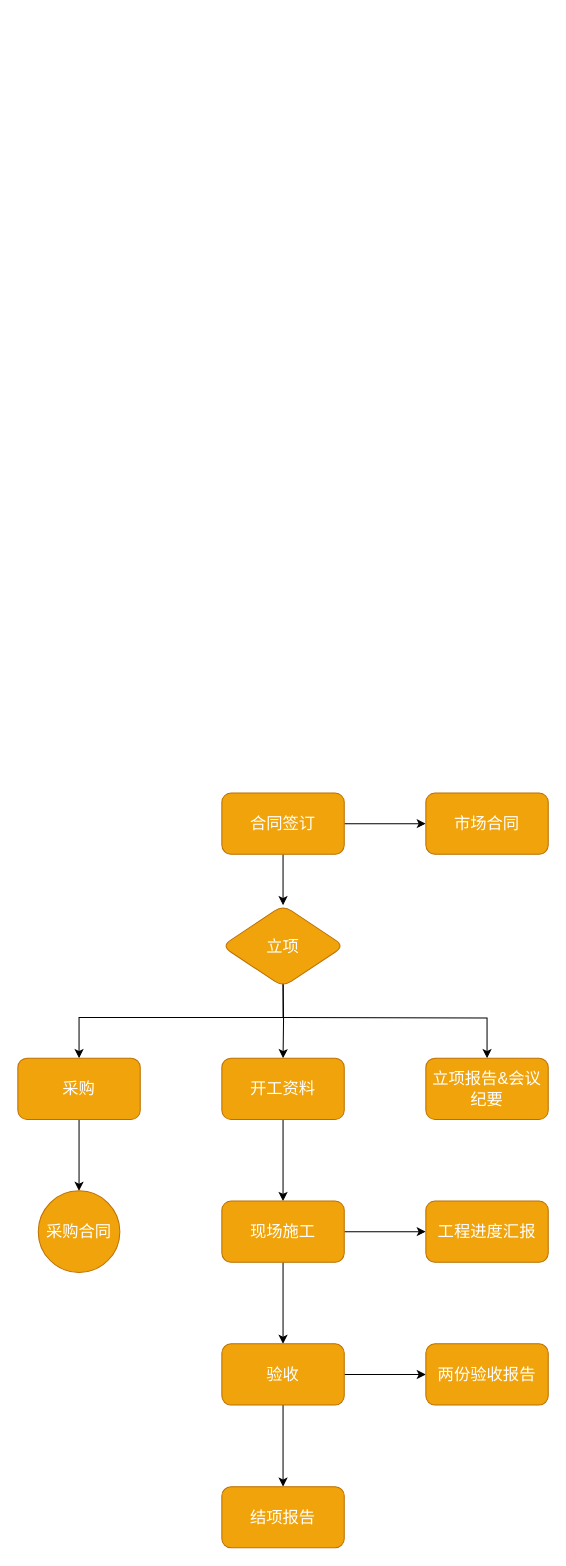
Above: all/未命名绘图.drawio in showfaker/iodraw-files (draw.io), before the change. Source tidied: cells renumbered, new cells numbered last; positions are measured from the earlier drawing's top-left corner, leaving out a move shared by most shapes. Both pictures are drawn from the tidied source at 102%, with x=0, y=0 at pixel (17, 793).
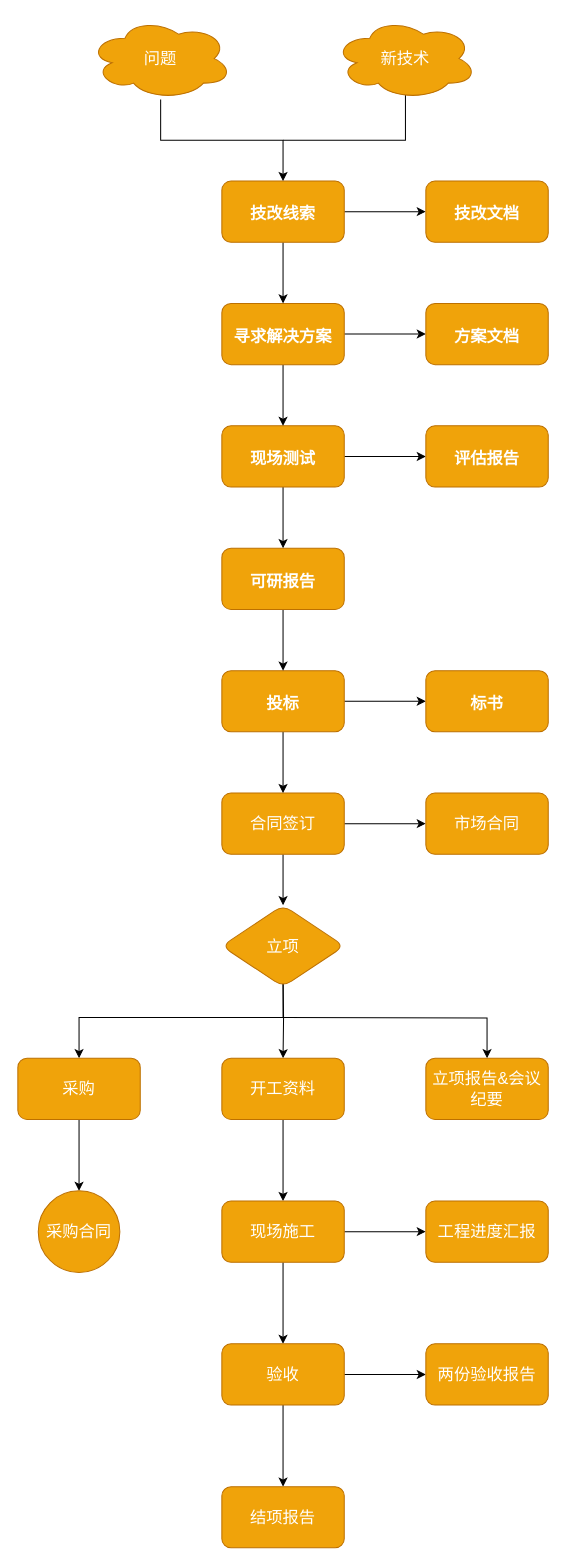
The same diagram, later.

Commit message:
技改流程图.drawio

The change refers to these unchanged cells:
```xml
<mxCell id="4" value="&lt;font style=&quot;font-size: 16px;&quot; color=&quot;#ffffff&quot;&gt;合同签订&lt;/font&gt;" style="rounded=1;whiteSpace=wrap;html=1;fillColor=#f0a30a;strokeColor=#BD7000;fontColor=#000000;" parent="1" vertex="1">
  <mxGeometry x="200" width="120" height="60" as="geometry" />
</mxCell>
```

Diff of the diagram source:
```diff
@@
+    <mxCell id="25" style="edgeStyle=orthogonalEdgeStyle;rounded=0;jettySize=auto;html=1;" parent="1" edge="1" source="27" target="4">
+      <mxGeometry relative="1" as="geometry" />
+    </mxCell>
+    <mxCell id="26" style="edgeStyle=orthogonalEdgeStyle;rounded=0;jettySize=auto;html=1;" parent="1" edge="1" source="27" target="33">
+      <mxGeometry relative="1" as="geometry" />
+    </mxCell>
+    <mxCell id="27" value="&lt;h1 style=&quot;color: rgb(255, 255, 255);&quot;&gt;&lt;font style=&quot;font-size: 16px;&quot;&gt;投标&lt;/font&gt;&lt;/h1&gt;" style="rounded=1;whiteSpace=wrap;html=1;fillColor=#f0a30a;strokeColor=#BD7000;fontColor=#000000;" parent="1" vertex="1">
+      <mxGeometry x="200" y="-120" width="120" height="60" as="geometry" />
+    </mxCell>
+    <mxCell id="28" style="edgeStyle=orthogonalEdgeStyle;rounded=0;jettySize=auto;html=1;" parent="1" edge="1" source="29" target="27">
+      <mxGeometry relative="1" as="geometry" />
+    </mxCell>
+    <mxCell id="29" value="&lt;h1 style=&quot;color: rgb(255, 255, 255);&quot;&gt;&lt;font style=&quot;font-size: 16px;&quot;&gt;可研报告&lt;/font&gt;&lt;/h1&gt;" style="rounded=1;whiteSpace=wrap;html=1;fillColor=#f0a30a;strokeColor=#BD7000;fontColor=#000000;" parent="1" vertex="1">
+      <mxGeometry x="200" y="-240" width="120" height="60" as="geometry" />
+    </mxCell>
+    <mxCell id="30" style="edgeStyle=orthogonalEdgeStyle;rounded=0;jettySize=auto;html=1;" parent="1" edge="1" source="32" target="29">
+      <mxGeometry relative="1" as="geometry" />
+    </mxCell>
+    <mxCell id="31" style="edgeStyle=orthogonalEdgeStyle;rounded=0;jettySize=auto;html=1;" parent="1" edge="1" source="32" target="34">
+      <mxGeometry relative="1" as="geometry" />
+    </mxCell>
+    <mxCell id="32" value="&lt;h1 style=&quot;color: rgb(255, 255, 255);&quot;&gt;&lt;span style=&quot;font-size: 16px;&quot;&gt;现场测试&lt;/span&gt;&lt;/h1&gt;" style="rounded=1;whiteSpace=wrap;html=1;fillColor=#f0a30a;strokeColor=#BD7000;fontColor=#000000;" parent="1" vertex="1">
+      <mxGeometry x="200" y="-360" width="120" height="60" as="geometry" />
+    </mxCell>
+    <mxCell id="33" value="&lt;h1 style=&quot;color: rgb(255, 255, 255);&quot;&gt;&lt;font style=&quot;font-size: 16px;&quot;&gt;标书&lt;/font&gt;&lt;/h1&gt;" style="rounded=1;whiteSpace=wrap;html=1;fillColor=#f0a30a;strokeColor=#BD7000;fontColor=#000000;" parent="1" vertex="1">
+      <mxGeometry x="400" y="-120" width="120" height="60" as="geometry" />
+    </mxCell>
+    <mxCell id="34" value="&lt;h1 style=&quot;color: rgb(255, 255, 255);&quot;&gt;&lt;span style=&quot;font-size: 16px;&quot;&gt;评估报告&lt;/span&gt;&lt;/h1&gt;" style="rounded=1;whiteSpace=wrap;html=1;fillColor=#f0a30a;strokeColor=#BD7000;fontColor=#000000;" parent="1" vertex="1">
+      <mxGeometry x="400" y="-360" width="120" height="60" as="geometry" />
+    </mxCell>
+    <mxCell id="35" style="edgeStyle=orthogonalEdgeStyle;rounded=0;jettySize=auto;html=1;" parent="1" edge="1" source="37" target="32">
+      <mxGeometry relative="1" as="geometry" />
+    </mxCell>
+    <mxCell id="36" style="edgeStyle=orthogonalEdgeStyle;rounded=0;jettySize=auto;html=1;" parent="1" edge="1" source="37" target="38">
+      <mxGeometry relative="1" as="geometry" />
+    </mxCell>
+    <mxCell id="37" value="&lt;h1 style=&quot;color: rgb(255, 255, 255);&quot;&gt;&lt;span style=&quot;font-size: 16px;&quot;&gt;寻求解决方案&lt;/span&gt;&lt;/h1&gt;" style="rounded=1;whiteSpace=wrap;html=1;fillColor=#f0a30a;strokeColor=#BD7000;fontColor=#000000;" parent="1" vertex="1">
+      <mxGeometry x="200" y="-480" width="120" height="60" as="geometry" />
+    </mxCell>
+    <mxCell id="38" value="&lt;h1 style=&quot;color: rgb(255, 255, 255);&quot;&gt;&lt;span style=&quot;font-size: 16px;&quot;&gt;方案文档&lt;/span&gt;&lt;/h1&gt;" style="rounded=1;whiteSpace=wrap;html=1;fillColor=#f0a30a;strokeColor=#BD7000;fontColor=#000000;" parent="1" vertex="1">
+      <mxGeometry x="400" y="-480" width="120" height="60" as="geometry" />
+    </mxCell>
+    <mxCell id="39" style="edgeStyle=orthogonalEdgeStyle;rounded=0;jettySize=auto;html=1;" parent="1" edge="1" source="41" target="37">
+      <mxGeometry relative="1" as="geometry" />
+    </mxCell>
+    <mxCell id="40" style="edgeStyle=orthogonalEdgeStyle;rounded=0;jettySize=auto;html=1;" parent="1" edge="1" source="41" target="42">
+      <mxGeometry relative="1" as="geometry" />
+    </mxCell>
+    <mxCell id="41" value="&lt;h1 style=&quot;color: rgb(255, 255, 255);&quot;&gt;&lt;span style=&quot;font-size: 16px;&quot;&gt;技改线索&lt;/span&gt;&lt;/h1&gt;" style="rounded=1;whiteSpace=wrap;html=1;fillColor=#f0a30a;strokeColor=#BD7000;fontColor=#000000;" parent="1" vertex="1">
+      <mxGeometry x="200" y="-600" width="120" height="60" as="geometry" />
+    </mxCell>
+    <mxCell id="42" value="&lt;h1 style=&quot;color: rgb(255, 255, 255);&quot;&gt;&lt;span style=&quot;font-size: 16px;&quot;&gt;技改文档&lt;/span&gt;&lt;/h1&gt;" style="rounded=1;whiteSpace=wrap;html=1;fillColor=#f0a30a;strokeColor=#BD7000;fontColor=#000000;" parent="1" vertex="1">
+      <mxGeometry x="400" y="-600" width="120" height="60" as="geometry" />
+    </mxCell>
+    <mxCell id="43" style="edgeStyle=orthogonalEdgeStyle;rounded=0;jettySize=auto;html=1;" parent="1" edge="1" source="44" target="41">
+      <mxGeometry relative="1" as="geometry" />
+    </mxCell>
+    <mxCell id="44" value="&lt;font color=&quot;#ffffff&quot; style=&quot;font-size: 16px;&quot;&gt;问题&lt;/font&gt;" style="ellipse;shape=cloud;whiteSpace=wrap;html=1;fillColor=#f0a30a;strokeColor=#BD7000;fontColor=#000000;rounded=1;" parent="1" vertex="1">
+      <mxGeometry x="70" y="-760" width="140" height="80" as="geometry" />
+    </mxCell>
+    <mxCell id="45" style="endArrow=none;html=1;rounded=0;" parent="1" edge="1">
+      <mxGeometry relative="1" as="geometry">
+        <mxPoint x="260" y="-640" as="sourcePoint" />
+        <mxPoint x="380" y="-690" as="targetPoint" />
+        <Array as="points">
+          <mxPoint x="380" y="-640" />
+        </Array>
+      </mxGeometry>
+    </mxCell>
+    <mxCell id="46" value="&lt;font color=&quot;#ffffff&quot; style=&quot;font-size: 16px;&quot;&gt;新技术&lt;/font&gt;" style="ellipse;shape=cloud;whiteSpace=wrap;html=1;fillColor=#f0a30a;strokeColor=#BD7000;fontColor=#000000;rounded=1;" parent="1" vertex="1">
+      <mxGeometry x="310" y="-760" width="140" height="80" as="geometry" />
+    </mxCell>
```
